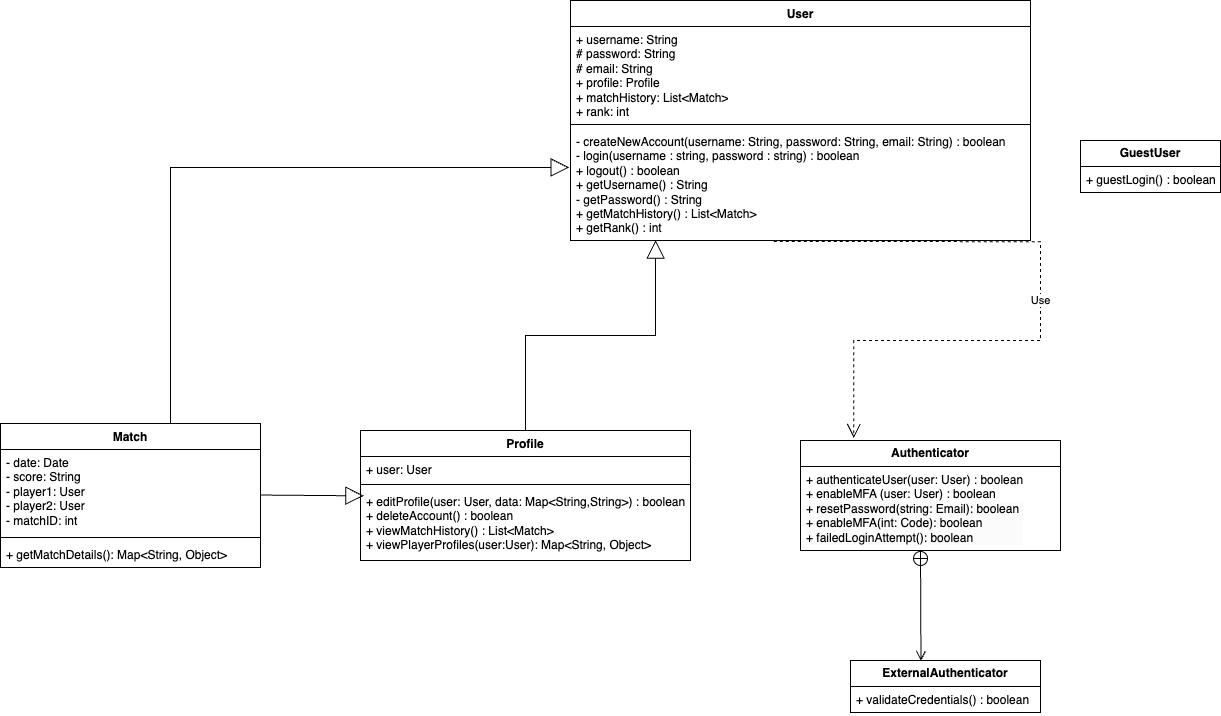
This is Authentication Team Files/temp_auth_class_structure_diagram.drawio.png from kelsierfin/BasicGamingPlatform, a draw.io export, as it was before one commit. Source tidied: cells renumbered, new cells last; positions are measured from the earlier drawing's top-left corner, leaving out a move shared by most shapes. Its diagram source:
```xml
<mxGraphModel>
  <root>
    <mxCell id="0" />
    <mxCell id="1" parent="0" />
    <mxCell id="2" value="Profile" style="swimlane;fontStyle=1;align=center;verticalAlign=top;horizontal=1;startSize=26;whiteSpace=wrap;html=1;" parent="1" vertex="1">
      <mxGeometry x="360" y="430" width="330" height="130" as="geometry" />
    </mxCell>
    <mxCell id="3" value="+ user: User" style="text;strokeColor=none;fillColor=none;align=left;verticalAlign=top;spacingLeft=4;spacingRight=4;overflow=hidden;whiteSpace=wrap;html=1;" parent="2" vertex="1">
      <mxGeometry y="26" width="330" height="24" as="geometry" />
    </mxCell>
    <mxCell id="4" style="line;strokeWidth=1;fillColor=none;align=left;verticalAlign=middle;spacingTop=-1;spacingLeft=3;spacingRight=3;labelPosition=right;strokeColor=inherit;" parent="2" vertex="1">
      <mxGeometry y="50" width="330" height="8" as="geometry" />
    </mxCell>
    <mxCell id="5" value="+ editProfile(user: User, data: Map&amp;lt;String,String&amp;gt;) : boolean&lt;div&gt;+ deleteAccount() : boolean&lt;/div&gt;&lt;div&gt;+ viewMatchHistory() : List&amp;lt;Match&amp;gt;&lt;/div&gt;&lt;div&gt;+ viewPlayerProfiles(user:User): Map&amp;lt;String, Object&amp;gt;&lt;/div&gt;" style="text;strokeColor=none;fillColor=none;align=left;verticalAlign=top;spacingLeft=4;spacingRight=4;overflow=hidden;points=[[0,0.5],[1,0.5]];portConstraint=eastwest;whiteSpace=wrap;html=1;" parent="2" vertex="1">
      <mxGeometry y="58" width="330" height="72" as="geometry" />
    </mxCell>
    <mxCell id="6" value="Match" style="swimlane;fontStyle=1;align=center;verticalAlign=top;horizontal=1;startSize=26;whiteSpace=wrap;html=1;" parent="1" vertex="1">
      <mxGeometry y="423" width="260" height="144" as="geometry" />
    </mxCell>
    <mxCell id="7" value="- date: Date&lt;div&gt;- score: String&lt;/div&gt;&lt;div&gt;- player1: User&lt;/div&gt;&lt;div&gt;- player2: User&lt;/div&gt;&lt;div&gt;- matchID: int&lt;/div&gt;" style="text;strokeColor=none;fillColor=none;align=left;verticalAlign=top;spacingLeft=4;spacingRight=4;overflow=hidden;points=[[0,0.5],[1,0.5]];portConstraint=eastwest;whiteSpace=wrap;html=1;" parent="6" vertex="1">
      <mxGeometry y="26" width="260" height="84" as="geometry" />
    </mxCell>
    <mxCell id="8" style="line;strokeWidth=1;fillColor=none;align=left;verticalAlign=middle;spacingTop=-1;spacingLeft=3;spacingRight=3;labelPosition=right;strokeColor=inherit;" parent="6" vertex="1">
      <mxGeometry y="110" width="260" height="8" as="geometry" />
    </mxCell>
    <mxCell id="9" value="+ getMatchDetails(): Map&amp;lt;String, Object&amp;gt;" style="text;strokeColor=none;fillColor=none;align=left;verticalAlign=top;spacingLeft=4;spacingRight=4;overflow=hidden;whiteSpace=wrap;html=1;" parent="6" vertex="1">
      <mxGeometry y="118" width="260" height="26" as="geometry" />
    </mxCell>
    <mxCell id="10" value="&lt;b&gt;ExternalAuthenticator&lt;/b&gt;" style="swimlane;fontStyle=0;horizontal=1;startSize=26;fillColor=none;whiteSpace=wrap;html=1;" parent="1" vertex="1">
      <mxGeometry x="850" y="660" width="190" height="52" as="geometry" />
    </mxCell>
    <mxCell id="11" value="+ validateCredentials() : boolean" style="text;strokeColor=none;fillColor=none;align=left;verticalAlign=top;spacingLeft=4;spacingRight=4;overflow=hidden;whiteSpace=wrap;html=1;" parent="10" vertex="1">
      <mxGeometry y="26" width="190" height="26" as="geometry" />
    </mxCell>
    <mxCell id="12" value="&lt;b&gt;GuestUser&lt;/b&gt;" style="swimlane;fontStyle=0;horizontal=1;startSize=26;fillColor=none;whiteSpace=wrap;html=1;" parent="1" vertex="1">
      <mxGeometry x="1080" y="140" width="140" height="52" as="geometry" />
    </mxCell>
    <mxCell id="13" value="+ guestLogin() : boolean" style="text;strokeColor=none;fillColor=none;align=left;verticalAlign=top;spacingLeft=4;spacingRight=4;overflow=hidden;whiteSpace=wrap;html=1;" parent="12" vertex="1">
      <mxGeometry y="26" width="140" height="26" as="geometry" />
    </mxCell>
    <mxCell id="14" value="User" style="swimlane;fontStyle=1;align=center;verticalAlign=top;horizontal=1;startSize=26;whiteSpace=wrap;html=1;" parent="1" vertex="1">
      <mxGeometry x="570" width="460" height="240" as="geometry" />
    </mxCell>
    <mxCell id="15" value="+ username: String&lt;div&gt;# password: String&lt;/div&gt;&lt;div&gt;# email: String&lt;/div&gt;&lt;div&gt;+ profile: Profile&lt;/div&gt;&lt;div&gt;+ matchHistory: List&amp;lt;Match&amp;gt;&lt;/div&gt;&lt;div&gt;+ rank: int&lt;/div&gt;&lt;div&gt;&lt;br&gt;&lt;/div&gt;" style="text;strokeColor=none;fillColor=none;align=left;verticalAlign=top;spacingLeft=4;spacingRight=4;overflow=hidden;points=[[0,0.5],[1,0.5]];portConstraint=eastwest;whiteSpace=wrap;html=1;" parent="14" vertex="1">
      <mxGeometry y="26" width="460" height="94" as="geometry" />
    </mxCell>
    <mxCell id="16" style="line;strokeWidth=1;fillColor=none;align=left;verticalAlign=middle;spacingTop=-1;spacingLeft=3;spacingRight=3;labelPosition=right;strokeColor=inherit;" parent="14" vertex="1">
      <mxGeometry y="120" width="460" height="8" as="geometry" />
    </mxCell>
    <mxCell id="17" value="- createNewAccount(username: String, password: String, email: String) : boolean&lt;div&gt;- login(username : string, password : string) : boolean&lt;div&gt;+ logout() : boolean&lt;br&gt;&lt;div&gt;+ getUsername() : String&lt;div&gt;- getPassword() : String&lt;/div&gt;&lt;div&gt;+ getMatchHistory() : List&amp;lt;Match&amp;gt;&lt;/div&gt;&lt;div&gt;+ getRank() : int&lt;/div&gt;&lt;/div&gt;&lt;/div&gt;&lt;/div&gt;" style="text;strokeColor=none;fillColor=none;align=left;verticalAlign=top;spacingLeft=4;spacingRight=4;overflow=hidden;points=[[0,0.5],[1,0.5]];portConstraint=eastwest;whiteSpace=wrap;html=1;" parent="14" vertex="1">
      <mxGeometry y="128" width="460" height="112" as="geometry" />
    </mxCell>
    <mxCell id="18" value="&lt;b&gt;Authenticator&lt;/b&gt;" style="swimlane;fontStyle=0;horizontal=1;startSize=26;fillColor=none;whiteSpace=wrap;html=1;" parent="1" vertex="1">
      <mxGeometry x="800" y="440" width="260" height="110" as="geometry" />
    </mxCell>
    <mxCell id="19" value="+ authenticateUser(user: User) : boolean&lt;div&gt;+ enableMFA (user: User) : boolean&lt;/div&gt;&lt;div&gt;&lt;div style=&quot;color: rgb(0, 0, 0); background-color: rgb(251, 251, 251);&quot;&gt;&lt;div&gt;+ resetPassword(string: Email): boolean&lt;/div&gt;&lt;div&gt;+ enableMFA(int: Code): boolean&lt;/div&gt;&lt;/div&gt;&lt;div style=&quot;color: rgb(0, 0, 0); background-color: rgb(251, 251, 251);&quot;&gt;+ failedLoginAttempt(): boolean&lt;/div&gt;&lt;/div&gt;" style="text;strokeColor=none;fillColor=none;align=left;verticalAlign=top;spacingLeft=4;spacingRight=4;overflow=hidden;whiteSpace=wrap;html=1;" parent="18" vertex="1">
      <mxGeometry y="26" width="260" height="84" as="geometry" />
    </mxCell>
    <mxCell id="20" style="endArrow=open;startArrow=circlePlus;endFill=0;startFill=0;endSize=8;html=1;rounded=0;entryX=0.371;entryY=0.01;entryDx=0;entryDy=0;entryPerimeter=0;" parent="1" edge="1" target="10">
      <mxGeometry relative="1" as="geometry">
        <mxPoint x="920" y="550" as="sourcePoint" />
      </mxGeometry>
    </mxCell>
    <mxCell id="21" style="endArrow=block;endSize=16;endFill=0;html=1;rounded=0;entryX=0.185;entryY=0.997;entryDx=0;entryDy=0;entryPerimeter=0;edgeStyle=orthogonalEdgeStyle;" parent="1" edge="1" source="2" target="17">
      <mxGeometry relative="1" as="geometry" />
    </mxCell>
    <mxCell id="22" value="Use" style="endArrow=open;endSize=12;dashed=1;html=1;rounded=0;exitX=0.442;exitY=1.01;exitDx=0;exitDy=0;exitPerimeter=0;entryX=0.205;entryY=-0.022;entryDx=0;entryDy=0;entryPerimeter=0;edgeStyle=orthogonalEdgeStyle;" parent="1" edge="1" source="17" target="18">
      <mxGeometry relative="1" as="geometry" />
    </mxCell>
    <mxCell id="23" style="endArrow=block;endSize=16;endFill=0;html=1;rounded=0;entryX=0.01;entryY=0.102;entryDx=0;entryDy=0;entryPerimeter=0;exitX=0.998;exitY=0.542;exitDx=0;exitDy=0;exitPerimeter=0;" parent="1" edge="1" source="7" target="5">
      <mxGeometry relative="1" as="geometry" />
    </mxCell>
    <mxCell id="24" style="endArrow=block;endSize=16;endFill=0;html=1;rounded=0;exitX=0.654;exitY=0;exitDx=0;exitDy=0;exitPerimeter=0;entryX=-0.003;entryY=0.348;entryDx=0;entryDy=0;entryPerimeter=0;edgeStyle=orthogonalEdgeStyle;" parent="1" edge="1" source="6" target="17">
      <mxGeometry relative="1" as="geometry" />
    </mxCell>
  </root>
</mxGraphModel>
```
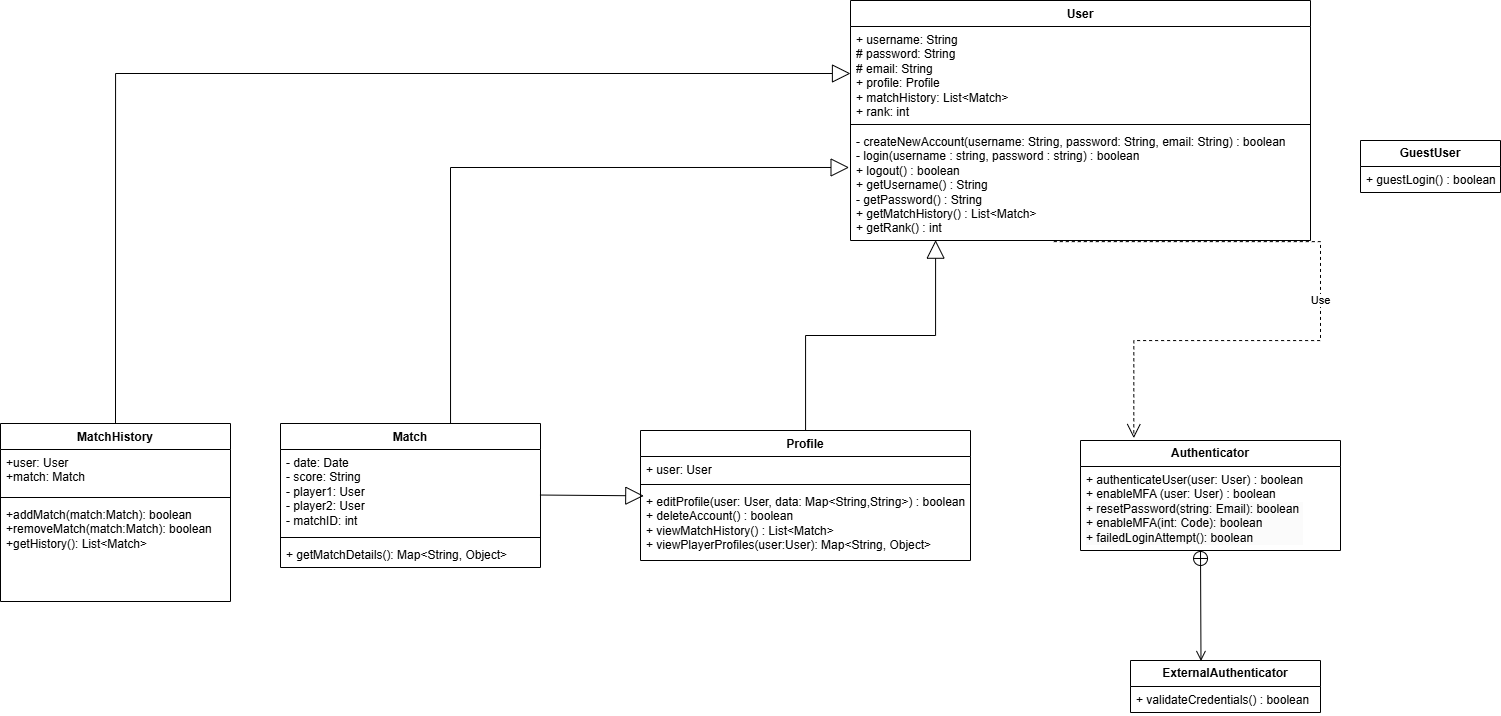
The same diagram one commit later.

Commit message:
added a match history class

The edit, as a diff of the source:
```diff
@@ -73,5 +73,20 @@
     <mxCell id="24" style="endArrow=block;endSize=16;endFill=0;html=1;rounded=0;exitX=0.654;exitY=0;exitDx=0;exitDy=0;exitPerimeter=0;entryX=-0.003;entryY=0.348;entryDx=0;entryDy=0;entryPerimeter=0;edgeStyle=orthogonalEdgeStyle;" parent="1" edge="1" source="6" target="17">
       <mxGeometry relative="1" as="geometry" />
     </mxCell>
+    <mxCell id="25" value="MatchHistory" style="swimlane;fontStyle=1;align=center;verticalAlign=top;horizontal=1;startSize=26;whiteSpace=wrap;html=1;" parent="1" vertex="1">
+      <mxGeometry x="-280" y="423" width="230" height="178" as="geometry" />
+    </mxCell>
+    <mxCell id="26" value="+user: User&lt;div&gt;+match: Match&lt;/div&gt;" style="text;strokeColor=none;fillColor=none;align=left;verticalAlign=top;spacingLeft=4;spacingRight=4;overflow=hidden;whiteSpace=wrap;html=1;" parent="25" vertex="1">
+      <mxGeometry y="26" width="230" height="44" as="geometry" />
+    </mxCell>
+    <mxCell id="27" style="line;strokeWidth=1;fillColor=none;align=left;verticalAlign=middle;spacingTop=-1;spacingLeft=3;spacingRight=3;labelPosition=right;strokeColor=inherit;" parent="25" vertex="1">
+      <mxGeometry y="70" width="230" height="8" as="geometry" />
+    </mxCell>
+    <mxCell id="28" value="+addMatch(match:Match): boolean&lt;div&gt;+removeMatch(match:Match):&amp;nbsp;&lt;span style=&quot;background-color: transparent; color: light-dark(rgb(0, 0, 0), rgb(255, 255, 255));&quot;&gt;boolean&lt;/span&gt;&lt;/div&gt;&lt;div&gt;+getHistory(): List&amp;lt;Match&amp;gt;&lt;/div&gt;" style="text;strokeColor=none;fillColor=none;align=left;verticalAlign=top;spacingLeft=4;spacingRight=4;overflow=hidden;whiteSpace=wrap;html=1;" parent="25" vertex="1">
+      <mxGeometry y="78" width="230" height="100" as="geometry" />
+    </mxCell>
+    <mxCell id="29" style="endArrow=block;endSize=16;endFill=0;html=1;rounded=0;exitX=0.5;exitY=0;exitDx=0;exitDy=0;entryX=0;entryY=0.5;entryDx=0;entryDy=0;edgeStyle=orthogonalEdgeStyle;" parent="1" edge="1" source="25" target="15">
+      <mxGeometry relative="1" as="geometry" />
+    </mxCell>
   </root>
 </mxGraphModel>
```
